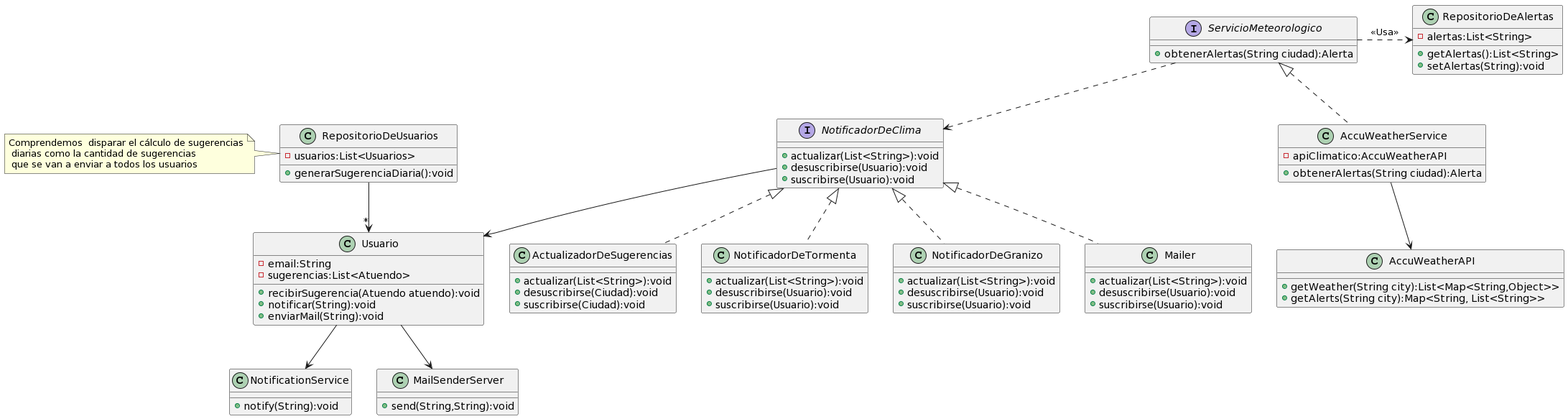
Earlier version of the PlantUML export DiagramaDeClases.png (Grupo-ddjs/QMP).
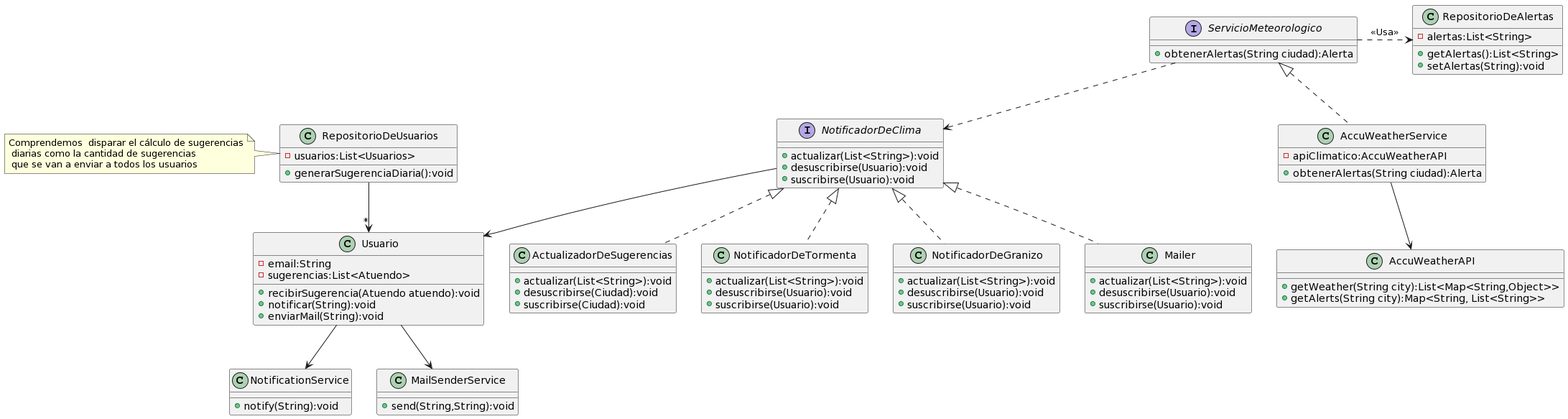
The same file after the commit.

Diff of the diagram source:
```diff
@@ -8,7 +8,7 @@
 }
 
 Usuario --> NotificationService
-Usuario --> MailSenderServer
+Usuario --> MailSenderService
 
 class RepositorioDeUsuarios {
 -usuarios:List<Usuarios>
@@ -81,7 +81,7 @@
 +notify(String):void
 }
 
-class MailSenderServer {
+class MailSenderService {
 +send(String,String):void
 }
 @enduml
```
